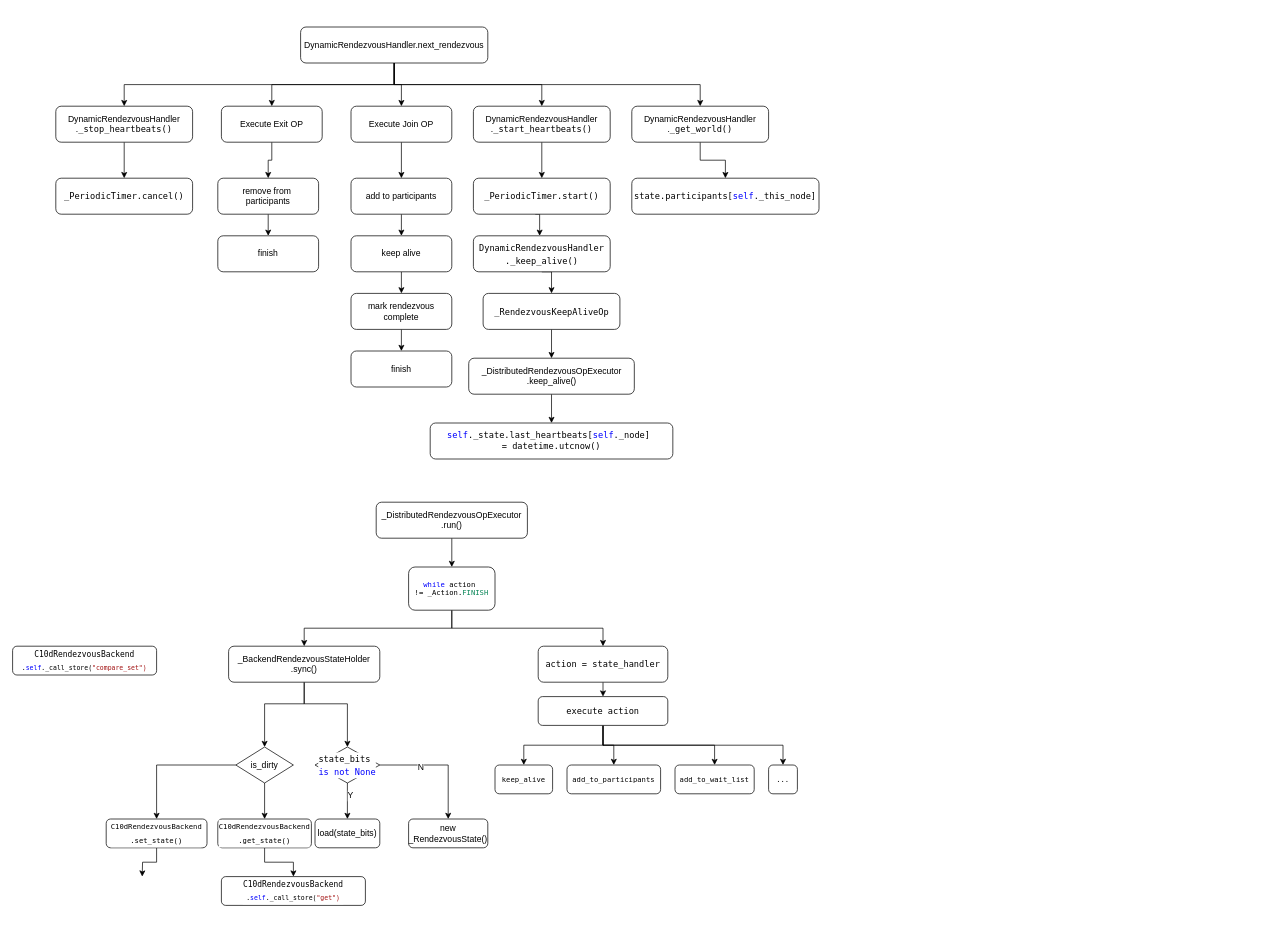
The draw.io diagram draw/rendezvous.drawio in tingshua-yts/pytorch, before the edit. Source tidied: cells renumbered, new cells numbered last; positions are measured from the earlier drawing's top-left corner, leaving out a move shared by most shapes. Both pictures are drawn from the tidied source at 72%, with x=0, y=0 at pixel (12, 27).
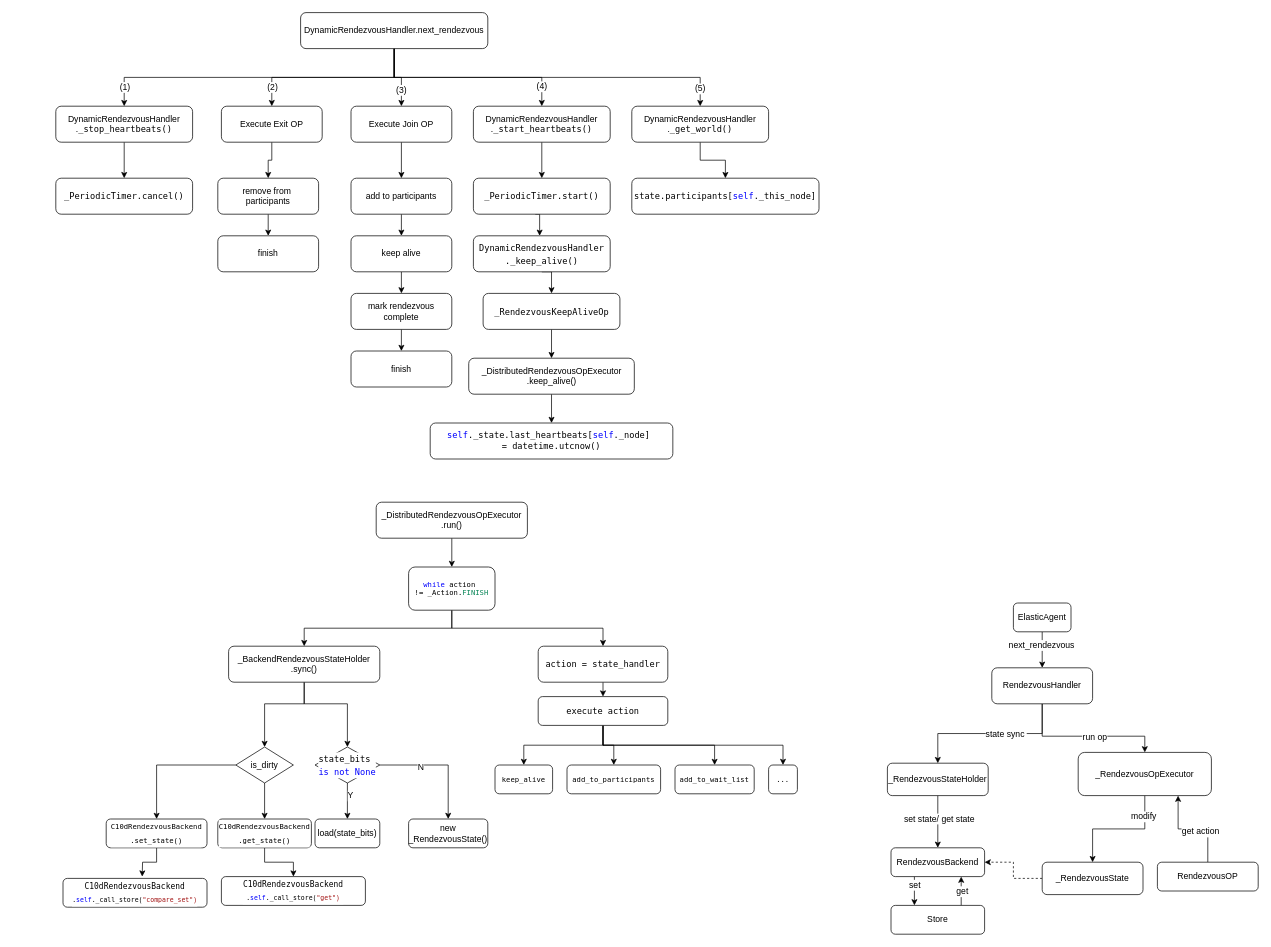
The same diagram, later.

The change refers to these unchanged cells:
```xml
<mxCell id="2" style="edgeStyle=orthogonalEdgeStyle;rounded=0;jettySize=auto;html=1;exitX=0.5;exitY=1;exitDx=0;exitDy=0;entryX=0.5;entryY=0;entryDx=0;entryDy=0;" parent="1" edge="1" source="7" target="13">
  <mxGeometry relative="1" as="geometry" />
</mxCell>
<mxCell id="3" style="edgeStyle=orthogonalEdgeStyle;rounded=0;jettySize=auto;html=1;exitX=0.5;exitY=1;exitDx=0;exitDy=0;entryX=0.5;entryY=0;entryDx=0;entryDy=0;" parent="1" edge="1" source="7" target="9">
  <mxGeometry relative="1" as="geometry" />
</mxCell>
<mxCell id="4" style="edgeStyle=orthogonalEdgeStyle;rounded=0;jettySize=auto;html=1;exitX=0.5;exitY=1;exitDx=0;exitDy=0;entryX=0.5;entryY=0;entryDx=0;entryDy=0;" parent="1" edge="1" source="7" target="11">
  <mxGeometry relative="1" as="geometry" />
</mxCell>
<mxCell id="5" style="edgeStyle=orthogonalEdgeStyle;rounded=0;jettySize=auto;html=1;exitX=0.5;exitY=1;exitDx=0;exitDy=0;entryX=0.5;entryY=0;entryDx=0;entryDy=0;" parent="1" edge="1" source="7" target="15">
  <mxGeometry relative="1" as="geometry" />
</mxCell>
<mxCell id="6" style="edgeStyle=orthogonalEdgeStyle;rounded=0;jettySize=auto;html=1;exitX=0.5;exitY=1;exitDx=0;exitDy=0;entryX=0.5;entryY=0;entryDx=0;entryDy=0;" parent="1" edge="1" source="7" target="17">
  <mxGeometry relative="1" as="geometry" />
</mxCell>
```

Change to the diagram source:
```diff
@@
+    <mxCell id="74" value="(3)" style="text;html=1;align=center;verticalAlign=middle;labelBackgroundColor=#ffffff;" parent="2" vertex="1">
+      <mxGeometry x="0.48" y="-1" relative="1" as="geometry" />
+    </mxCell>
@@
+    <mxCell id="75" value="(1)" style="text;html=1;align=center;verticalAlign=middle;labelBackgroundColor=#ffffff;" parent="3" vertex="1">
+      <mxGeometry x="0.88" relative="1" as="geometry" />
+    </mxCell>
@@
+    <mxCell id="76" value="(2)" style="text;html=1;align=center;verticalAlign=middle;labelBackgroundColor=#ffffff;" parent="4" vertex="1">
+      <mxGeometry x="0.78" relative="1" as="geometry" />
+    </mxCell>
@@
+    <mxCell id="77" value="(4)" style="text;html=1;align=center;verticalAlign=middle;labelBackgroundColor=#ffffff;" parent="5" vertex="1">
+      <mxGeometry x="0.8" y="-1" relative="1" as="geometry" />
+    </mxCell>
@@
+    <mxCell id="78" value="(5)" style="text;html=1;align=center;verticalAlign=middle;labelBackgroundColor=#ffffff;" parent="6" vertex="1">
+      <mxGeometry x="0.9" y="-1" relative="1" as="geometry" />
+    </mxCell>
     <mxCell id="7" value="DynamicRendezvousHandler.next_rendezvous" style="rounded=1;whiteSpace=wrap;html=1;" parent="1" vertex="1">
-      <mxGeometry x="400" width="260" height="50" as="geometry" />
+      <mxGeometry x="400" y="-20" width="260" height="50" as="geometry" />
     </mxCell>
@@
     <mxCell id="47" value="&lt;div style=&quot;background-color: rgb(255 , 255 , 255) ; font-family: &amp;#34;menlo&amp;#34; , &amp;#34;monaco&amp;#34; , &amp;#34;courier new&amp;#34; , monospace ; line-height: 18px ; white-space: pre ; font-size: 11px&quot;&gt;&lt;font style=&quot;font-size: 11px&quot;&gt;C10dRendezvousBackend&lt;/font&gt;&lt;/div&gt;&lt;div style=&quot;background-color: rgb(255 , 255 , 255) ; font-family: &amp;#34;menlo&amp;#34; , &amp;#34;monaco&amp;#34; , &amp;#34;courier new&amp;#34; , monospace ; line-height: 18px ; white-space: pre ; font-size: 9px&quot;&gt;&lt;font style=&quot;font-size: 9px&quot;&gt;&lt;font style=&quot;font-size: 9px&quot;&gt;.&lt;/font&gt;&lt;span style=&quot;font-family: &amp;#34;menlo&amp;#34; , &amp;#34;monaco&amp;#34; , &amp;#34;courier new&amp;#34; , monospace ; color: rgb(0 , 0 , 255)&quot;&gt;self&lt;/span&gt;&lt;span style=&quot;font-family: &amp;#34;menlo&amp;#34; , &amp;#34;monaco&amp;#34; , &amp;#34;courier new&amp;#34; , monospace&quot;&gt;._call_store(&lt;/span&gt;&lt;span style=&quot;font-family: &amp;#34;menlo&amp;#34; , &amp;#34;monaco&amp;#34; , &amp;#34;courier new&amp;#34; , monospace ; color: rgb(163 , 21 , 21)&quot;&gt;&quot;compare_set&quot;)&lt;/span&gt;&lt;/font&gt;&lt;/div&gt;" style="rounded=1;whiteSpace=wrap;html=1;" parent="1" vertex="1">
-      <mxGeometry y="860" width="200" height="40" as="geometry" />
+      <mxGeometry x="70" y="1182.5" width="200" height="40" as="geometry" />
     </mxCell>
@@
+    <mxCell id="79" style="edgeStyle=orthogonalEdgeStyle;rounded=0;jettySize=auto;html=1;exitX=0.75;exitY=0;exitDx=0;exitDy=0;entryX=0.75;entryY=1;entryDx=0;entryDy=0;startArrow=none;startFill=0;" parent="1" edge="1" source="81" target="87">
+      <mxGeometry relative="1" as="geometry" />
+    </mxCell>
+    <mxCell id="80" value="get" style="text;html=1;align=center;verticalAlign=middle;labelBackgroundColor=#ffffff;" parent="79" vertex="1">
+      <mxGeometry x="-0.02" y="-1" relative="1" as="geometry" />
+    </mxCell>
+    <mxCell id="81" value="Store" style="rounded=1;whiteSpace=wrap;html=1;" parent="1" vertex="1">
+      <mxGeometry x="1220" y="1220" width="130" height="40" as="geometry" />
+    </mxCell>
+    <mxCell id="82" style="edgeStyle=orthogonalEdgeStyle;rounded=0;jettySize=auto;html=1;exitX=0.5;exitY=1;exitDx=0;exitDy=0;" parent="1" edge="1" source="84" target="92">
+      <mxGeometry relative="1" as="geometry" />
+    </mxCell>
+    <mxCell id="83" value="next_rendezvous" style="text;html=1;align=center;verticalAlign=middle;labelBackgroundColor=#ffffff;" parent="82" vertex="1">
+      <mxGeometry x="-0.28" y="-2" relative="1" as="geometry" />
+    </mxCell>
+    <mxCell id="84" value="ElasticAgent" style="rounded=1;whiteSpace=wrap;html=1;" parent="1" vertex="1">
+      <mxGeometry x="1390" y="800" width="80" height="40" as="geometry" />
+    </mxCell>
+    <mxCell id="85" style="edgeStyle=orthogonalEdgeStyle;rounded=0;jettySize=auto;html=1;exitX=0.25;exitY=1;exitDx=0;exitDy=0;entryX=0.25;entryY=0;entryDx=0;entryDy=0;startArrow=none;startFill=0;" parent="1" edge="1" source="87" target="81">
+      <mxGeometry relative="1" as="geometry" />
+    </mxCell>
+    <mxCell id="86" value="set" style="text;html=1;align=center;verticalAlign=middle;labelBackgroundColor=#ffffff;" parent="85" vertex="1">
+      <mxGeometry x="-0.43" relative="1" as="geometry" />
+    </mxCell>
+    <mxCell id="87" value="RendezvousBackend" style="rounded=1;whiteSpace=wrap;html=1;" parent="1" vertex="1">
+      <mxGeometry x="1220" y="1140" width="130" height="40" as="geometry" />
+    </mxCell>
+    <mxCell id="88" style="edgeStyle=orthogonalEdgeStyle;rounded=0;jettySize=auto;html=1;exitX=0.5;exitY=1;exitDx=0;exitDy=0;entryX=0.5;entryY=0;entryDx=0;entryDy=0;" parent="1" edge="1" source="92" target="103">
+      <mxGeometry relative="1" as="geometry" />
+    </mxCell>
+    <mxCell id="89" value="state sync&amp;nbsp;" style="text;html=1;align=center;verticalAlign=middle;labelBackgroundColor=#ffffff;" parent="88" vertex="1">
+      <mxGeometry x="-0.19" y="1" relative="1" as="geometry" />
+    </mxCell>
+    <mxCell id="90" style="edgeStyle=orthogonalEdgeStyle;rounded=0;jettySize=auto;html=1;exitX=0.5;exitY=1;exitDx=0;exitDy=0;entryX=0.5;entryY=0;entryDx=0;entryDy=0;" parent="1" edge="1" source="92" target="95">
+      <mxGeometry relative="1" as="geometry">
+        <Array as="points">
+          <mxPoint x="1430" y="985" />
+          <mxPoint x="1573" y="985" />
+        </Array>
+      </mxGeometry>
+    </mxCell>
+    <mxCell id="91" value="run op" style="text;html=1;align=center;verticalAlign=middle;labelBackgroundColor=#ffffff;" parent="90" vertex="1">
+      <mxGeometry x="0.11" y="-1" relative="1" as="geometry" />
+    </mxCell>
+    <mxCell id="92" value="RendezvousHandler" style="rounded=1;whiteSpace=wrap;html=1;" parent="1" vertex="1">
+      <mxGeometry x="1360" y="890" width="140" height="50" as="geometry" />
+    </mxCell>
+    <mxCell id="93" style="edgeStyle=orthogonalEdgeStyle;rounded=0;jettySize=auto;html=1;exitX=0.5;exitY=1;exitDx=0;exitDy=0;entryX=0.5;entryY=0;entryDx=0;entryDy=0;" parent="1" edge="1" source="95" target="100">
+      <mxGeometry relative="1" as="geometry" />
+    </mxCell>
+    <mxCell id="94" value="modify" style="text;html=1;align=center;verticalAlign=middle;labelBackgroundColor=#ffffff;" parent="93" vertex="1">
+      <mxGeometry x="-0.42" y="-17" relative="1" as="geometry" />
+    </mxCell>
+    <mxCell id="95" value="&lt;div class=&quot;lake-content&quot;&gt;&lt;span class=&quot;ne-text&quot;&gt;_RendezvousOpExecutor&lt;/span&gt;&lt;/div&gt;" style="rounded=1;whiteSpace=wrap;html=1;" parent="1" vertex="1">
+      <mxGeometry x="1480" y="1007.5" width="185" height="60" as="geometry" />
+    </mxCell>
+    <mxCell id="96" style="edgeStyle=orthogonalEdgeStyle;rounded=0;jettySize=auto;html=1;exitX=0.5;exitY=0;exitDx=0;exitDy=0;entryX=0.75;entryY=1;entryDx=0;entryDy=0;startArrow=none;startFill=0;" parent="1" edge="1" source="98" target="95">
+      <mxGeometry relative="1" as="geometry" />
+    </mxCell>
+    <mxCell id="97" value="get action" style="text;html=1;align=center;verticalAlign=middle;labelBackgroundColor=#ffffff;" parent="96" vertex="1">
+      <mxGeometry x="-0.14" y="4" relative="1" as="geometry" />
+    </mxCell>
+    <mxCell id="98" value="&lt;div class=&quot;lake-content&quot;&gt;&lt;span class=&quot;ne-text&quot;&gt;RendezvousOP&lt;/span&gt;&lt;/div&gt;" style="rounded=1;whiteSpace=wrap;html=1;" parent="1" vertex="1">
+      <mxGeometry x="1590" y="1160" width="140" height="40" as="geometry" />
+    </mxCell>
+    <mxCell id="99" style="edgeStyle=orthogonalEdgeStyle;rounded=0;jettySize=auto;html=1;exitX=0;exitY=0.5;exitDx=0;exitDy=0;entryX=1;entryY=0.5;entryDx=0;entryDy=0;dashed=1;" parent="1" edge="1" source="100" target="87">
+      <mxGeometry relative="1" as="geometry" />
+    </mxCell>
+    <mxCell id="100" value="&lt;div class=&quot;lake-content&quot;&gt;&lt;span class=&quot;ne-text&quot;&gt;_RendezvousState&lt;/span&gt;&lt;/div&gt;" style="rounded=1;whiteSpace=wrap;html=1;" parent="1" vertex="1">
+      <mxGeometry x="1430" y="1160" width="140" height="45" as="geometry" />
+    </mxCell>
+    <mxCell id="101" style="edgeStyle=orthogonalEdgeStyle;rounded=0;jettySize=auto;html=1;exitX=0.5;exitY=1;exitDx=0;exitDy=0;entryX=0.5;entryY=0;entryDx=0;entryDy=0;" parent="1" edge="1" source="103" target="87">
+      <mxGeometry relative="1" as="geometry" />
+    </mxCell>
+    <mxCell id="102" value="set state/ get state" style="text;html=1;align=center;verticalAlign=middle;labelBackgroundColor=#ffffff;" parent="101" vertex="1">
+      <mxGeometry x="-0.13" y="1" relative="1" as="geometry" />
+    </mxCell>
+    <mxCell id="103" value="&lt;div class=&quot;lake-content&quot;&gt;&lt;div class=&quot;lake-content&quot;&gt;&lt;span class=&quot;ne-text&quot;&gt;_RendezvousStateHolder&lt;/span&gt;&lt;/div&gt;&lt;/div&gt;" style="rounded=1;whiteSpace=wrap;html=1;" parent="1" vertex="1">
+      <mxGeometry x="1215" y="1022.5" width="140" height="45" as="geometry" />
+    </mxCell>
```
